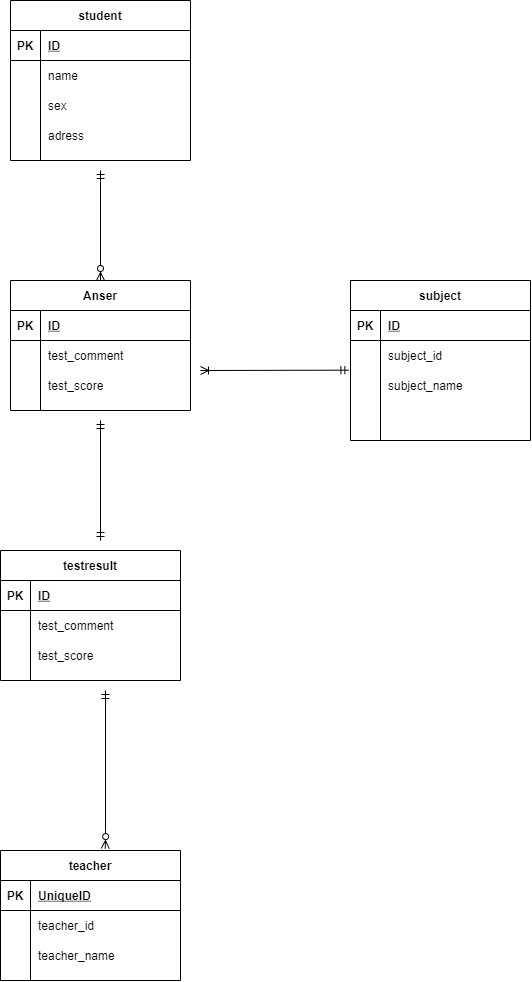
The draw.io diagram index.drawio.png in terry1121/20211020NAKANO, before a commit. Source tidied: cells renumbered, new cells last; positions are measured from the earlier drawing's top-left corner, leaving out a move shared by most shapes. Its diagram source:
```xml
<mxGraphModel>
  <root>
    <mxCell id="0" />
    <mxCell id="1" parent="0" />
    <mxCell id="2" value="student" style="shape=table;startSize=30;rowLines=0;fontStyle=1;align=center;" parent="1" vertex="1">
      <mxGeometry x="10" width="180" height="160" as="geometry" />
    </mxCell>
    <mxCell id="3" style="shape=partialRectangle;fillColor=none;top=0;left=0;bottom=1;right=0;" parent="2" vertex="1">
      <mxGeometry y="30" width="180" height="30" as="geometry" />
    </mxCell>
    <mxCell id="4" value="PK" style="shape=partialRectangle;fillColor=none;top=0;left=0;bottom=0;right=0;fontStyle=1;overflow=hidden;" parent="3" vertex="1">
      <mxGeometry width="30" height="30" as="geometry" />
    </mxCell>
    <mxCell id="5" value="ID" style="shape=partialRectangle;fillColor=none;top=0;left=0;bottom=0;right=0;align=left;spacingLeft=6;fontStyle=5;overflow=hidden;" parent="3" vertex="1">
      <mxGeometry x="30" width="150" height="30" as="geometry" />
    </mxCell>
    <mxCell id="6" style="shape=partialRectangle;fillColor=none;top=0;left=0;bottom=0;right=0;" parent="2" vertex="1">
      <mxGeometry y="60" width="180" height="30" as="geometry" />
    </mxCell>
    <mxCell id="7" style="shape=partialRectangle;fillColor=none;top=0;left=0;bottom=0;right=0;overflow=hidden;" parent="6" vertex="1">
      <mxGeometry width="30" height="30" as="geometry" />
    </mxCell>
    <mxCell id="8" value="name" style="shape=partialRectangle;fillColor=none;top=0;left=0;bottom=0;right=0;align=left;spacingLeft=6;overflow=hidden;" parent="6" vertex="1">
      <mxGeometry x="30" width="150" height="30" as="geometry" />
    </mxCell>
    <mxCell id="9" style="shape=partialRectangle;fillColor=none;top=0;left=0;bottom=0;right=0;" parent="2" vertex="1">
      <mxGeometry y="90" width="180" height="30" as="geometry" />
    </mxCell>
    <mxCell id="10" style="shape=partialRectangle;fillColor=none;top=0;left=0;bottom=0;right=0;overflow=hidden;" parent="9" vertex="1">
      <mxGeometry width="30" height="30" as="geometry" />
    </mxCell>
    <mxCell id="11" value="sex" style="shape=partialRectangle;fillColor=none;top=0;left=0;bottom=0;right=0;align=left;spacingLeft=6;overflow=hidden;" parent="9" vertex="1">
      <mxGeometry x="30" width="150" height="30" as="geometry" />
    </mxCell>
    <mxCell id="12" style="shape=partialRectangle;fillColor=none;top=0;left=0;bottom=0;right=0;" parent="2" vertex="1">
      <mxGeometry y="120" width="180" height="30" as="geometry" />
    </mxCell>
    <mxCell id="13" style="shape=partialRectangle;fillColor=none;top=0;left=0;bottom=0;right=0;overflow=hidden;" parent="12" vertex="1">
      <mxGeometry width="30" height="30" as="geometry" />
    </mxCell>
    <mxCell id="14" value="adress" style="shape=partialRectangle;fillColor=none;top=0;left=0;bottom=0;right=0;align=left;spacingLeft=6;overflow=hidden;" parent="12" vertex="1">
      <mxGeometry x="30" width="150" height="30" as="geometry" />
    </mxCell>
    <mxCell id="15" value="subject" style="shape=table;startSize=30;rowLines=0;fontStyle=1;align=center;" parent="1" vertex="1">
      <mxGeometry x="350" y="280" width="180" height="160" as="geometry" />
    </mxCell>
    <mxCell id="16" style="shape=partialRectangle;fillColor=none;top=0;left=0;bottom=1;right=0;" parent="15" vertex="1">
      <mxGeometry y="30" width="180" height="30" as="geometry" />
    </mxCell>
    <mxCell id="17" value="PK" style="shape=partialRectangle;fillColor=none;top=0;left=0;bottom=0;right=0;fontStyle=1;overflow=hidden;" parent="16" vertex="1">
      <mxGeometry width="30" height="30" as="geometry" />
    </mxCell>
    <mxCell id="18" value="ID" style="shape=partialRectangle;fillColor=none;top=0;left=0;bottom=0;right=0;align=left;spacingLeft=6;fontStyle=5;overflow=hidden;" parent="16" vertex="1">
      <mxGeometry x="30" width="150" height="30" as="geometry" />
    </mxCell>
    <mxCell id="19" style="shape=partialRectangle;fillColor=none;top=0;left=0;bottom=0;right=0;" parent="15" vertex="1">
      <mxGeometry y="60" width="180" height="30" as="geometry" />
    </mxCell>
    <mxCell id="20" style="shape=partialRectangle;fillColor=none;top=0;left=0;bottom=0;right=0;overflow=hidden;" parent="19" vertex="1">
      <mxGeometry width="30" height="30" as="geometry" />
    </mxCell>
    <mxCell id="21" value="subject_id" style="shape=partialRectangle;fillColor=none;top=0;left=0;bottom=0;right=0;align=left;spacingLeft=6;overflow=hidden;" parent="19" vertex="1">
      <mxGeometry x="30" width="150" height="30" as="geometry" />
    </mxCell>
    <mxCell id="22" style="shape=partialRectangle;fillColor=none;top=0;left=0;bottom=0;right=0;points=[[0,0.5],[1,0.5]];portConstraint=eastwest;" parent="15" vertex="1">
      <mxGeometry y="90" width="180" height="30" as="geometry" />
    </mxCell>
    <mxCell id="23" style="shape=partialRectangle;fillColor=none;top=0;left=0;bottom=0;right=0;overflow=hidden;" parent="22" vertex="1">
      <mxGeometry width="30" height="30" as="geometry" />
    </mxCell>
    <mxCell id="24" value="subject_name" style="shape=partialRectangle;fillColor=none;top=0;left=0;bottom=0;right=0;align=left;spacingLeft=6;overflow=hidden;" parent="22" vertex="1">
      <mxGeometry x="30" width="150" height="30" as="geometry" />
    </mxCell>
    <mxCell id="25" style="shape=partialRectangle;fillColor=none;top=0;left=0;bottom=0;right=0;" parent="15" vertex="1">
      <mxGeometry y="120" width="180" height="30" as="geometry" />
    </mxCell>
    <mxCell id="26" style="shape=partialRectangle;fillColor=none;top=0;left=0;bottom=0;right=0;overflow=hidden;" parent="25" vertex="1">
      <mxGeometry width="30" height="30" as="geometry" />
    </mxCell>
    <mxCell id="27" style="shape=partialRectangle;fillColor=none;top=0;left=0;bottom=0;right=0;align=left;spacingLeft=6;overflow=hidden;" parent="25" vertex="1">
      <mxGeometry x="30" width="150" height="30" as="geometry" />
    </mxCell>
    <mxCell id="28" value="teacher" style="shape=table;startSize=30;rowLines=0;fontStyle=1;align=center;" parent="1" vertex="1">
      <mxGeometry y="850" width="180" height="130" as="geometry" />
    </mxCell>
    <mxCell id="29" style="shape=partialRectangle;fillColor=none;top=0;left=0;bottom=1;right=0;" parent="28" vertex="1">
      <mxGeometry y="30" width="180" height="30" as="geometry" />
    </mxCell>
    <mxCell id="30" value="PK" style="shape=partialRectangle;fillColor=none;top=0;left=0;bottom=0;right=0;fontStyle=1;overflow=hidden;" parent="29" vertex="1">
      <mxGeometry width="30" height="30" as="geometry" />
    </mxCell>
    <mxCell id="31" value="UniqueID" style="shape=partialRectangle;fillColor=none;top=0;left=0;bottom=0;right=0;align=left;spacingLeft=6;fontStyle=5;overflow=hidden;" parent="29" vertex="1">
      <mxGeometry x="30" width="150" height="30" as="geometry" />
    </mxCell>
    <mxCell id="32" style="shape=partialRectangle;fillColor=none;top=0;left=0;bottom=0;right=0;" parent="28" vertex="1">
      <mxGeometry y="60" width="180" height="30" as="geometry" />
    </mxCell>
    <mxCell id="33" style="shape=partialRectangle;fillColor=none;top=0;left=0;bottom=0;right=0;overflow=hidden;" parent="32" vertex="1">
      <mxGeometry width="30" height="30" as="geometry" />
    </mxCell>
    <mxCell id="34" value="teacher_id" style="shape=partialRectangle;fillColor=none;top=0;left=0;bottom=0;right=0;align=left;spacingLeft=6;overflow=hidden;" parent="32" vertex="1">
      <mxGeometry x="30" width="150" height="30" as="geometry" />
    </mxCell>
    <mxCell id="35" style="shape=partialRectangle;fillColor=none;top=0;left=0;bottom=0;right=0;" parent="28" vertex="1">
      <mxGeometry y="90" width="180" height="30" as="geometry" />
    </mxCell>
    <mxCell id="36" style="shape=partialRectangle;fillColor=none;top=0;left=0;bottom=0;right=0;overflow=hidden;" parent="35" vertex="1">
      <mxGeometry width="30" height="30" as="geometry" />
    </mxCell>
    <mxCell id="37" value="teacher_name" style="shape=partialRectangle;fillColor=none;top=0;left=0;bottom=0;right=0;align=left;spacingLeft=6;overflow=hidden;" parent="35" vertex="1">
      <mxGeometry x="30" width="150" height="30" as="geometry" />
    </mxCell>
    <mxCell id="38" value="testresult" style="shape=table;startSize=30;rowLines=0;fontStyle=1;align=center;" parent="1" vertex="1">
      <mxGeometry y="550" width="180" height="130" as="geometry" />
    </mxCell>
    <mxCell id="39" style="shape=partialRectangle;fillColor=none;top=0;left=0;bottom=1;right=0;" parent="38" vertex="1">
      <mxGeometry y="30" width="180" height="30" as="geometry" />
    </mxCell>
    <mxCell id="40" value="PK" style="shape=partialRectangle;fillColor=none;top=0;left=0;bottom=0;right=0;fontStyle=1;overflow=hidden;" parent="39" vertex="1">
      <mxGeometry width="30" height="30" as="geometry" />
    </mxCell>
    <mxCell id="41" value="ID" style="shape=partialRectangle;fillColor=none;top=0;left=0;bottom=0;right=0;align=left;spacingLeft=6;fontStyle=5;overflow=hidden;" parent="39" vertex="1">
      <mxGeometry x="30" width="150" height="30" as="geometry" />
    </mxCell>
    <mxCell id="42" style="shape=partialRectangle;fillColor=none;top=0;left=0;bottom=0;right=0;" parent="38" vertex="1">
      <mxGeometry y="60" width="180" height="30" as="geometry" />
    </mxCell>
    <mxCell id="43" style="shape=partialRectangle;fillColor=none;top=0;left=0;bottom=0;right=0;overflow=hidden;" parent="42" vertex="1">
      <mxGeometry width="30" height="30" as="geometry" />
    </mxCell>
    <mxCell id="44" value="test_comment" style="shape=partialRectangle;fillColor=none;top=0;left=0;bottom=0;right=0;align=left;spacingLeft=6;overflow=hidden;" parent="42" vertex="1">
      <mxGeometry x="30" width="150" height="30" as="geometry" />
    </mxCell>
    <mxCell id="45" style="shape=partialRectangle;fillColor=none;top=0;left=0;bottom=0;right=0;" parent="38" vertex="1">
      <mxGeometry y="90" width="180" height="30" as="geometry" />
    </mxCell>
    <mxCell id="46" style="shape=partialRectangle;fillColor=none;top=0;left=0;bottom=0;right=0;overflow=hidden;" parent="45" vertex="1">
      <mxGeometry width="30" height="30" as="geometry" />
    </mxCell>
    <mxCell id="47" value="test_score" style="shape=partialRectangle;fillColor=none;top=0;left=0;bottom=0;right=0;align=left;spacingLeft=6;overflow=hidden;" parent="45" vertex="1">
      <mxGeometry x="30" width="150" height="30" as="geometry" />
    </mxCell>
    <mxCell id="48" value="Anser" style="shape=table;startSize=30;rowLines=0;fontStyle=1;align=center;" parent="1" vertex="1">
      <mxGeometry x="10" y="280" width="180" height="130" as="geometry" />
    </mxCell>
    <mxCell id="49" style="shape=partialRectangle;fillColor=none;top=0;left=0;bottom=1;right=0;" parent="48" vertex="1">
      <mxGeometry y="30" width="180" height="30" as="geometry" />
    </mxCell>
    <mxCell id="50" value="PK" style="shape=partialRectangle;fillColor=none;top=0;left=0;bottom=0;right=0;fontStyle=1;overflow=hidden;" parent="49" vertex="1">
      <mxGeometry width="30" height="30" as="geometry" />
    </mxCell>
    <mxCell id="51" value="ID" style="shape=partialRectangle;fillColor=none;top=0;left=0;bottom=0;right=0;align=left;spacingLeft=6;fontStyle=5;overflow=hidden;" parent="49" vertex="1">
      <mxGeometry x="30" width="150" height="30" as="geometry" />
    </mxCell>
    <mxCell id="52" style="shape=partialRectangle;fillColor=none;top=0;left=0;bottom=0;right=0;" parent="48" vertex="1">
      <mxGeometry y="60" width="180" height="30" as="geometry" />
    </mxCell>
    <mxCell id="53" style="shape=partialRectangle;fillColor=none;top=0;left=0;bottom=0;right=0;overflow=hidden;" parent="52" vertex="1">
      <mxGeometry width="30" height="30" as="geometry" />
    </mxCell>
    <mxCell id="54" value="test_comment" style="shape=partialRectangle;fillColor=none;top=0;left=0;bottom=0;right=0;align=left;spacingLeft=6;overflow=hidden;" parent="52" vertex="1">
      <mxGeometry x="30" width="150" height="30" as="geometry" />
    </mxCell>
    <mxCell id="55" style="shape=partialRectangle;fillColor=none;top=0;left=0;bottom=0;right=0;" parent="48" vertex="1">
      <mxGeometry y="90" width="180" height="30" as="geometry" />
    </mxCell>
    <mxCell id="56" style="shape=partialRectangle;fillColor=none;top=0;left=0;bottom=0;right=0;overflow=hidden;" parent="55" vertex="1">
      <mxGeometry width="30" height="30" as="geometry" />
    </mxCell>
    <mxCell id="57" value="test_score" style="shape=partialRectangle;fillColor=none;top=0;left=0;bottom=0;right=0;align=left;spacingLeft=6;overflow=hidden;" parent="55" vertex="1">
      <mxGeometry x="30" width="150" height="30" as="geometry" />
    </mxCell>
    <mxCell id="58" style="fontSize=12;html=1;endArrow=ERzeroToMany;startArrow=ERmandOne;entryX=0.582;entryY=-0.015;entryDx=0;entryDy=0;entryPerimeter=0;" parent="1" edge="1" target="28">
      <mxGeometry relative="1" as="geometry">
        <mxPoint x="105" y="690" as="sourcePoint" />
        <Array as="points">
          <mxPoint x="105" y="840" />
        </Array>
      </mxGeometry>
    </mxCell>
    <mxCell id="59" style="fontSize=12;html=1;endArrow=ERmandOne;startArrow=ERmandOne;" parent="1" edge="1">
      <mxGeometry relative="1" as="geometry">
        <mxPoint x="100" y="540" as="sourcePoint" />
        <mxPoint x="100" y="420" as="targetPoint" />
      </mxGeometry>
    </mxCell>
    <mxCell id="60" style="fontSize=12;html=1;endArrow=ERzeroToMany;startArrow=ERmandOne;entryX=0.5;entryY=0;entryDx=0;entryDy=0;" parent="1" edge="1" target="48">
      <mxGeometry relative="1" as="geometry">
        <mxPoint x="100" y="170" as="sourcePoint" />
      </mxGeometry>
    </mxCell>
    <mxCell id="61" style="fontSize=12;html=1;endArrow=ERoneToMany;startArrow=ERmandOne;exitX=-0.009;exitY=-0.011;exitDx=0;exitDy=0;exitPerimeter=0;" parent="1" edge="1" source="22">
      <mxGeometry relative="1" as="geometry">
        <mxPoint x="200" y="370" as="targetPoint" />
      </mxGeometry>
    </mxCell>
  </root>
</mxGraphModel>
```
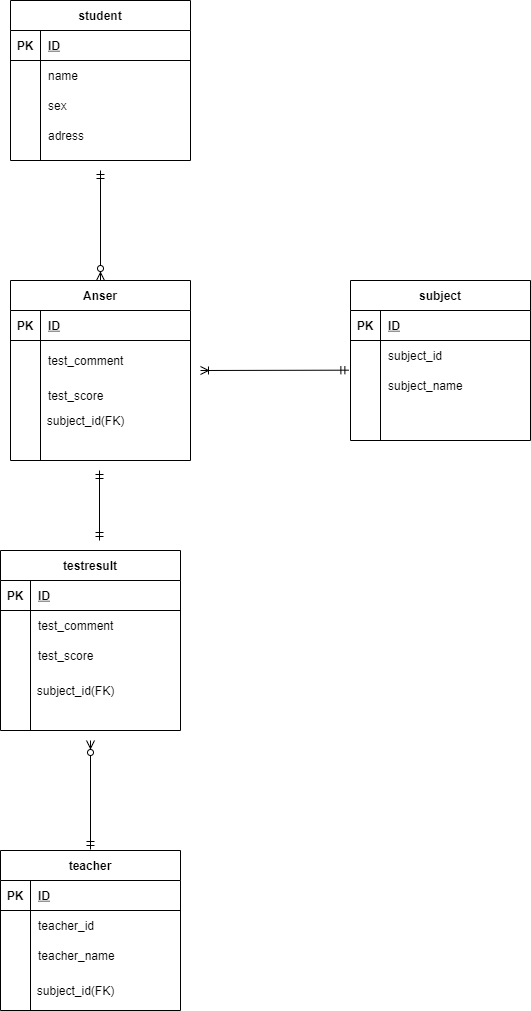
After the commit.

Commit message:
修正内容が分かるコミットメッセージ

The edit, as a diff of the source:
```diff
@@ -81,7 +81,7 @@
       <mxGeometry x="30" width="150" height="30" as="geometry" />
     </mxCell>
     <mxCell id="28" value="teacher" style="shape=table;startSize=30;rowLines=0;fontStyle=1;align=center;" parent="1" vertex="1">
-      <mxGeometry y="850" width="180" height="130" as="geometry" />
+      <mxGeometry y="850" width="180" height="160" as="geometry" />
     </mxCell>
     <mxCell id="29" style="shape=partialRectangle;fillColor=none;top=0;left=0;bottom=1;right=0;" parent="28" vertex="1">
       <mxGeometry y="30" width="180" height="30" as="geometry" />
@@ -89,7 +89,7 @@
     <mxCell id="30" value="PK" style="shape=partialRectangle;fillColor=none;top=0;left=0;bottom=0;right=0;fontStyle=1;overflow=hidden;" parent="29" vertex="1">
       <mxGeometry width="30" height="30" as="geometry" />
     </mxCell>
-    <mxCell id="31" value="UniqueID" style="shape=partialRectangle;fillColor=none;top=0;left=0;bottom=0;right=0;align=left;spacingLeft=6;fontStyle=5;overflow=hidden;" parent="29" vertex="1">
+    <mxCell id="31" value="ID" style="shape=partialRectangle;fillColor=none;top=0;left=0;bottom=0;right=0;align=left;spacingLeft=6;fontStyle=5;overflow=hidden;" parent="29" vertex="1">
       <mxGeometry x="30" width="150" height="30" as="geometry" />
     </mxCell>
     <mxCell id="32" style="shape=partialRectangle;fillColor=none;top=0;left=0;bottom=0;right=0;" parent="28" vertex="1">
@@ -111,7 +111,7 @@
       <mxGeometry x="30" width="150" height="30" as="geometry" />
     </mxCell>
     <mxCell id="38" value="testresult" style="shape=table;startSize=30;rowLines=0;fontStyle=1;align=center;" parent="1" vertex="1">
-      <mxGeometry y="550" width="180" height="130" as="geometry" />
+      <mxGeometry y="550" width="180" height="180" as="geometry" />
     </mxCell>
     <mxCell id="39" style="shape=partialRectangle;fillColor=none;top=0;left=0;bottom=1;right=0;" parent="38" vertex="1">
       <mxGeometry y="30" width="180" height="30" as="geometry" />
@@ -141,7 +141,7 @@
       <mxGeometry x="30" width="150" height="30" as="geometry" />
     </mxCell>
     <mxCell id="48" value="Anser" style="shape=table;startSize=30;rowLines=0;fontStyle=1;align=center;" parent="1" vertex="1">
-      <mxGeometry x="10" y="280" width="180" height="130" as="geometry" />
+      <mxGeometry x="10" y="280" width="180" height="180" as="geometry" />
     </mxCell>
     <mxCell id="49" style="shape=partialRectangle;fillColor=none;top=0;left=0;bottom=1;right=0;" parent="48" vertex="1">
       <mxGeometry y="30" width="180" height="30" as="geometry" />
@@ -153,16 +153,16 @@
       <mxGeometry x="30" width="150" height="30" as="geometry" />
     </mxCell>
     <mxCell id="52" style="shape=partialRectangle;fillColor=none;top=0;left=0;bottom=0;right=0;" parent="48" vertex="1">
-      <mxGeometry y="60" width="180" height="30" as="geometry" />
+      <mxGeometry y="60" width="180" height="40" as="geometry" />
     </mxCell>
     <mxCell id="53" style="shape=partialRectangle;fillColor=none;top=0;left=0;bottom=0;right=0;overflow=hidden;" parent="52" vertex="1">
-      <mxGeometry width="30" height="30" as="geometry" />
+      <mxGeometry width="30" height="40" as="geometry" />
     </mxCell>
     <mxCell id="54" value="test_comment" style="shape=partialRectangle;fillColor=none;top=0;left=0;bottom=0;right=0;align=left;spacingLeft=6;overflow=hidden;" parent="52" vertex="1">
-      <mxGeometry x="30" width="150" height="30" as="geometry" />
+      <mxGeometry x="30" width="150" height="40" as="geometry" />
     </mxCell>
     <mxCell id="55" style="shape=partialRectangle;fillColor=none;top=0;left=0;bottom=0;right=0;" parent="48" vertex="1">
-      <mxGeometry y="90" width="180" height="30" as="geometry" />
+      <mxGeometry y="100" width="180" height="30" as="geometry" />
     </mxCell>
     <mxCell id="56" style="shape=partialRectangle;fillColor=none;top=0;left=0;bottom=0;right=0;overflow=hidden;" parent="55" vertex="1">
       <mxGeometry width="30" height="30" as="geometry" />
@@ -170,18 +170,10 @@
     <mxCell id="57" value="test_score" style="shape=partialRectangle;fillColor=none;top=0;left=0;bottom=0;right=0;align=left;spacingLeft=6;overflow=hidden;" parent="55" vertex="1">
       <mxGeometry x="30" width="150" height="30" as="geometry" />
     </mxCell>
-    <mxCell id="58" style="fontSize=12;html=1;endArrow=ERzeroToMany;startArrow=ERmandOne;entryX=0.582;entryY=-0.015;entryDx=0;entryDy=0;entryPerimeter=0;" parent="1" edge="1" target="28">
-      <mxGeometry relative="1" as="geometry">
-        <mxPoint x="105" y="690" as="sourcePoint" />
-        <Array as="points">
-          <mxPoint x="105" y="840" />
-        </Array>
-      </mxGeometry>
-    </mxCell>
     <mxCell id="59" style="fontSize=12;html=1;endArrow=ERmandOne;startArrow=ERmandOne;" parent="1" edge="1">
       <mxGeometry relative="1" as="geometry">
-        <mxPoint x="100" y="540" as="sourcePoint" />
-        <mxPoint x="100" y="420" as="targetPoint" />
+        <mxPoint x="99" y="540" as="sourcePoint" />
+        <mxPoint x="99" y="470" as="targetPoint" />
       </mxGeometry>
     </mxCell>
     <mxCell id="60" style="fontSize=12;html=1;endArrow=ERzeroToMany;startArrow=ERmandOne;entryX=0.5;entryY=0;entryDx=0;entryDy=0;" parent="1" edge="1" target="48">
@@ -194,5 +186,20 @@
         <mxPoint x="200" y="370" as="targetPoint" />
       </mxGeometry>
     </mxCell>
+    <mxCell id="62" style="fontSize=12;html=1;endArrow=ERzeroToMany;startArrow=ERmandOne;exitX=0.5;exitY=0;exitDx=0;exitDy=0;" parent="1" edge="1">
+      <mxGeometry relative="1" as="geometry">
+        <mxPoint x="90" y="849" as="sourcePoint" />
+        <mxPoint x="90" y="740" as="targetPoint" />
+      </mxGeometry>
+    </mxCell>
+    <mxCell id="63" value="subject_id(FK)" style="text;html=1;align=center;verticalAlign=middle;strokeColor=none;" parent="1" vertex="1">
+      <mxGeometry x="40" y="410" width="90" height="20" as="geometry" />
+    </mxCell>
+    <mxCell id="64" value="subject_id(FK)" style="text;html=1;align=center;verticalAlign=middle;strokeColor=none;" parent="1" vertex="1">
+      <mxGeometry x="30" y="680" width="90" height="20" as="geometry" />
+    </mxCell>
+    <mxCell id="65" value="subject_id(FK)" style="text;html=1;align=center;verticalAlign=middle;strokeColor=none;" parent="1" vertex="1">
+      <mxGeometry x="30" y="980" width="90" height="20" as="geometry" />
+    </mxCell>
   </root>
 </mxGraphModel>
```
